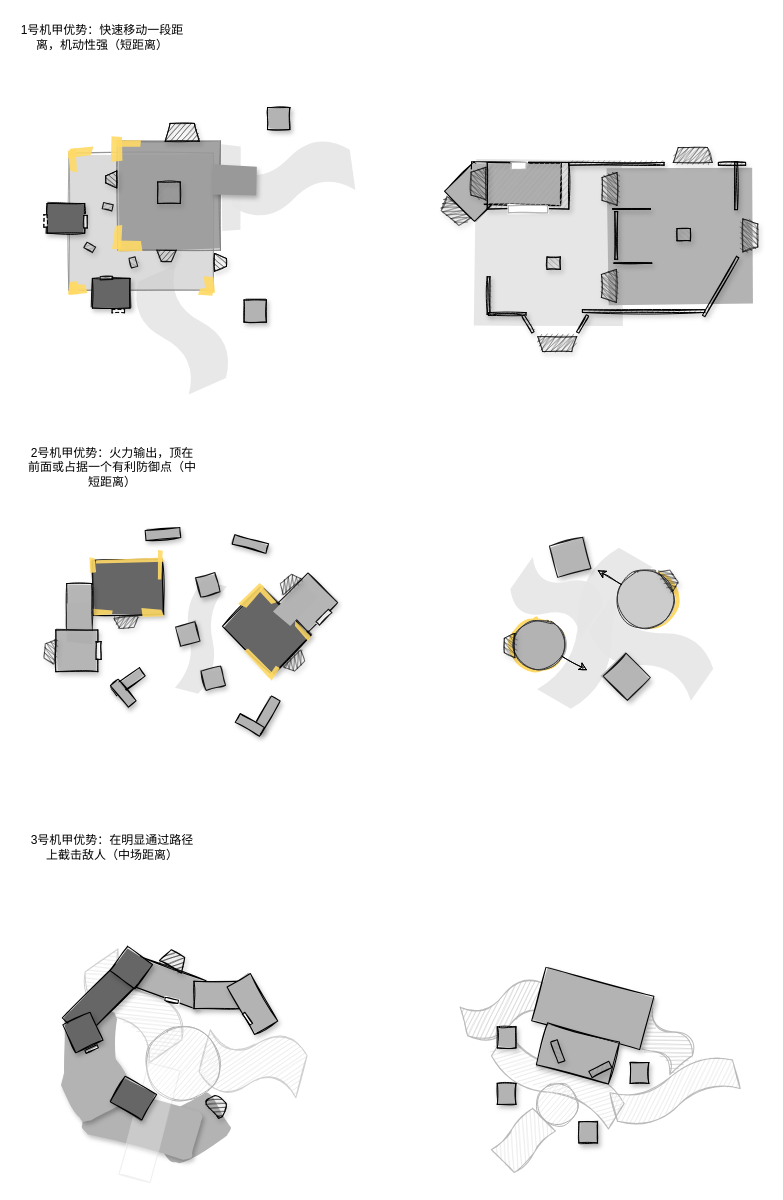
This is Pattern040506.drawio from Heynoodle/DRAWIO, a draw.io file, before an edit. Source tidied: cells renumbered, new cells numbered last; positions are measured from the earlier drawing's top-left corner, leaving out a move shared by most shapes. Both pictures are drawn from the tidied source at 100%, with x=0, y=0 at pixel (17, 17).
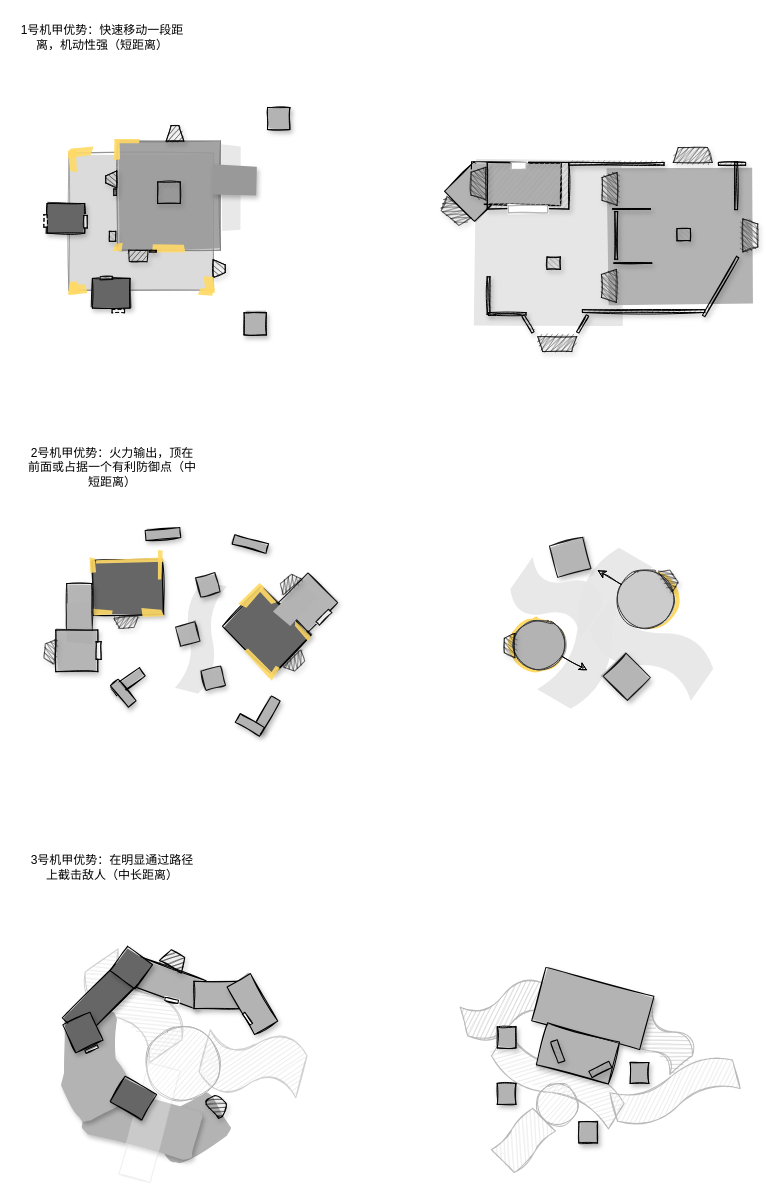
The same diagram, later.

Unchanged cells that the change refers to:
```xml
<mxCell id="4" style="group;" parent="1" vertex="1">
  <mxGeometry x="26.3" y="68.1" width="453.7" height="311.9" as="geometry" />
</mxCell>
```

What changed in the source:
```diff
@@
-    <mxCell id="2" value="3号机甲优势：在明显通过路径上截击敌人（中场距离）" style="text;html=1;strokeColor=none;fillColor=none;align=center;verticalAlign=middle;whiteSpace=wrap;rounded=0;" parent="1" vertex="1">
-      <mxGeometry x="10" y="810" width="170" height="40" as="geometry" />
+    <mxCell id="2" value="3号机甲优势：在明显通过路径上截击敌人（中长距离）" style="text;html=1;strokeColor=none;fillColor=none;align=center;verticalAlign=middle;whiteSpace=wrap;rounded=0;" parent="1" vertex="1">
+      <mxGeometry x="10" y="830" width="170" height="40" as="geometry" />
     </mxCell>
@@
-    <mxCell id="5" style="shape=tape;whiteSpace=wrap;html=1;shadow=0;opacity=90;rotation=-188;strokeColor=none;fillColor=#E6E6E6;" parent="4" vertex="1">
-      <mxGeometry x="185.6" y="58.9" width="123.8" height="67.8" as="geometry" />
-    </mxCell>
-    <mxCell id="6" style="shape=tape;whiteSpace=wrap;html=1;shadow=0;opacity=90;rotation=66;strokeColor=none;fillColor=#E6E6E6;" parent="4" vertex="1">
-      <mxGeometry x="76.5" y="210.3" width="123.8" height="67.8" as="geometry" />
-    </mxCell>
@@
     <mxCell id="8" style="shape=trapezoid;perimeter=trapezoidPerimeter;whiteSpace=wrap;html=1;fixedSize=1;strokeWidth=1;sketch=1;shadow=1;rotation=90;fillStyle=hachure;size=4.94497782389351;fillColor=#333333;opacity=90;" parent="4" vertex="1">
-      <mxGeometry x="167.8" y="170.8" width="17.7" height="12" as="geometry" />
+      <mxGeometry x="166.5" y="177.1" width="17.7" height="12" as="geometry" />
     </mxCell>
@@
-    <mxCell id="13" style="shape=trapezoid;perimeter=trapezoidPerimeter;whiteSpace=wrap;html=1;fixedSize=1;strokeWidth=1;sketch=1;shadow=1;rotation=-179;fillStyle=hachure;size=4.94497782389351;fillColor=#333333;opacity=90;" parent="4" vertex="1">
-      <mxGeometry x="112.7" y="164.5" width="19.8" height="11.5" as="geometry" />
+    <mxCell id="13" style="shape=trapezoid;perimeter=trapezoidPerimeter;whiteSpace=wrap;html=1;fixedSize=1;strokeWidth=1;sketch=1;shadow=1;rotation=-179;fillStyle=hachure;size=0.9587272110454705;fillColor=#333333;opacity=90;" parent="4" vertex="1">
+      <mxGeometry x="84.6" y="164.5" width="19.8" height="11.5" as="geometry" />
     </mxCell>
     <mxCell id="14" style="shape=trapezoid;perimeter=trapezoidPerimeter;whiteSpace=wrap;html=1;fixedSize=1;strokeWidth=1;sketch=1;shadow=1;rotation=0;fillStyle=hachure;size=4.94497782389351;fillColor=#333333;opacity=90;" parent="4" vertex="1">
-      <mxGeometry x="121.4" y="37.8" width="34" height="17.8" as="geometry" />
+      <mxGeometry x="122.4" y="40" width="17.6" height="15.5" as="geometry" />
     </mxCell>
@@
     <mxCell id="23" style="rounded=0;whiteSpace=wrap;html=1;shadow=0;sketch=1;rotation=90;fillStyle=solid;strokeColor=none;fillColor=#FFD966;opacity=90;" parent="4" vertex="1">
-      <mxGeometry x="62.8" y="147.5" width="23.4" height="8.8" as="geometry" />
+      <mxGeometry x="71.1" y="157.4" width="7.7" height="8.8" as="geometry" />
     </mxCell>
     <mxCell id="24" style="rounded=0;whiteSpace=wrap;html=1;shadow=0;sketch=1;rotation=0;fillStyle=solid;strokeColor=none;fillColor=#FFD966;opacity=90;" parent="4" vertex="1">
-      <mxGeometry x="73.7" y="156.2" width="23.4" height="8.8" as="geometry" />
+      <mxGeometry x="108.3" y="160" width="31.7" height="6.2" as="geometry" />
     </mxCell>
     <mxCell id="25" style="rounded=0;whiteSpace=wrap;html=1;shadow=0;sketch=1;rotation=0;fillStyle=solid;strokeColor=none;fillColor=#FFD966;opacity=90;" parent="4" vertex="1">
-      <mxGeometry x="73.7" y="53.6" width="23.4" height="8.8" as="geometry" />
+      <mxGeometry x="72.4" y="52.4" width="23.4" height="6.4" as="geometry" />
     </mxCell>
     <mxCell id="26" style="rounded=0;whiteSpace=wrap;html=1;shadow=0;sketch=1;rotation=90;fillStyle=solid;strokeColor=none;fillColor=#FFD966;opacity=90;" parent="4" vertex="1">
-      <mxGeometry x="61.2" y="58.9" width="23.4" height="8.8" as="geometry" />
+      <mxGeometry x="63.8" y="62.3" width="18.8" height="3.5" as="geometry" />
     </mxCell>
@@
-    <mxCell id="29" style="rounded=0;whiteSpace=wrap;html=1;shadow=1;glass=0;sketch=1;strokeColor=#000000;fillColor=#999999;gradientColor=none;rotation=30;direction=west;opacity=90;" parent="4" vertex="1">
-      <mxGeometry x="41" y="158.6" width="9.9" height="6.4" as="geometry" />
-    </mxCell>
-    <mxCell id="30" style="rounded=0;whiteSpace=wrap;html=1;shadow=1;glass=0;sketch=1;strokeColor=#000000;fillColor=#999999;gradientColor=none;rotation=75;direction=west;opacity=90;" parent="4" vertex="1">
-      <mxGeometry x="84.6" y="173.6" width="9.9" height="6.4" as="geometry" />
+    <mxCell id="30" style="rounded=0;whiteSpace=wrap;html=1;shadow=1;glass=0;sketch=1;strokeColor=#000000;fillColor=#999999;gradientColor=none;rotation=-90;direction=west;opacity=90;" parent="4" vertex="1">
+      <mxGeometry x="108.3" y="162.4" width="1.7" height="6.4" as="geometry" />
     </mxCell>
-    <mxCell id="31" style="rounded=0;whiteSpace=wrap;html=1;shadow=1;glass=0;sketch=1;strokeColor=#000000;fillColor=#999999;gradientColor=none;rotation=13;direction=west;opacity=90;" parent="4" vertex="1">
-      <mxGeometry x="59" y="117.9" width="9.9" height="6.4" as="geometry" />
+    <mxCell id="31" style="rounded=0;whiteSpace=wrap;html=1;shadow=1;glass=0;sketch=1;strokeColor=#000000;fillColor=#999999;gradientColor=none;rotation=0;direction=west;opacity=90;" parent="4" vertex="1">
+      <mxGeometry x="70" y="103.4" width="2.4" height="6.4" as="geometry" />
     </mxCell>
@@
     <mxCell id="35" style="rounded=0;whiteSpace=wrap;html=1;sketch=1;fillStyle=solid;shadow=1;strokeWidth=1;fillColor=#B3B3B3;" parent="4" vertex="1">
-      <mxGeometry x="200.3" y="214.4" width="22.3" height="22.1" as="geometry" />
+      <mxGeometry x="200.3" y="227.2" width="22.3" height="22.1" as="geometry" />
     </mxCell>
+    <mxCell id="153" style="rounded=0;whiteSpace=wrap;html=1;shadow=1;glass=0;sketch=1;strokeColor=#000000;fillColor=#999999;gradientColor=none;rotation=90;direction=west;opacity=90;" parent="4" vertex="1">
+      <mxGeometry x="63.8" y="147.5" width="9.9" height="6.4" as="geometry" />
+    </mxCell>
```
